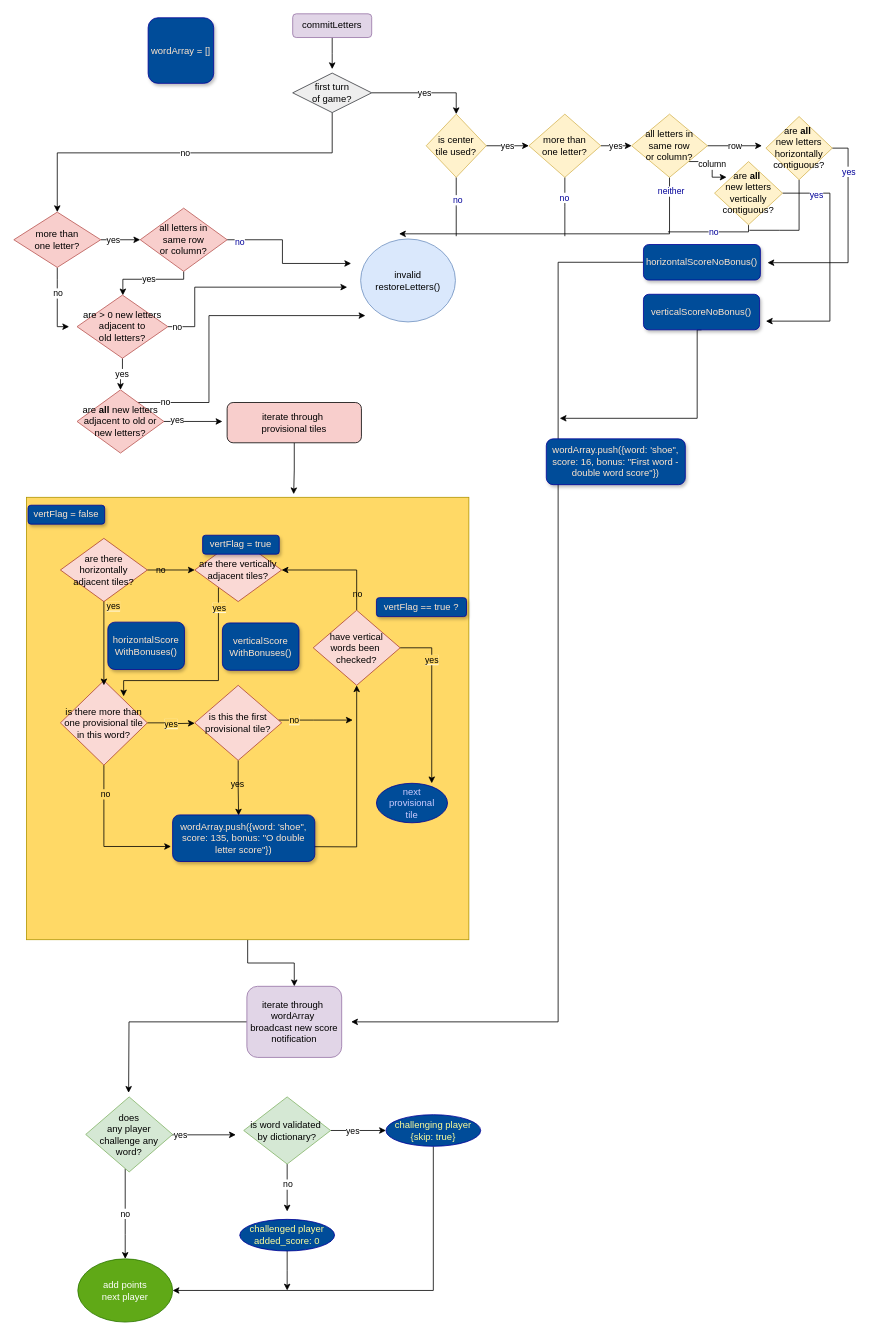
This is scrooble_scoring.drawio from davebenjoya/scrooble, a draw.io file, before an edit. Source tidied: cells renumbered, new cells numbered last; positions are measured from the earlier drawing's top-left corner, leaving out a move shared by most shapes. Both pictures are drawn from the tidied source at 79%, with x=0, y=0 at pixel (13, 13).
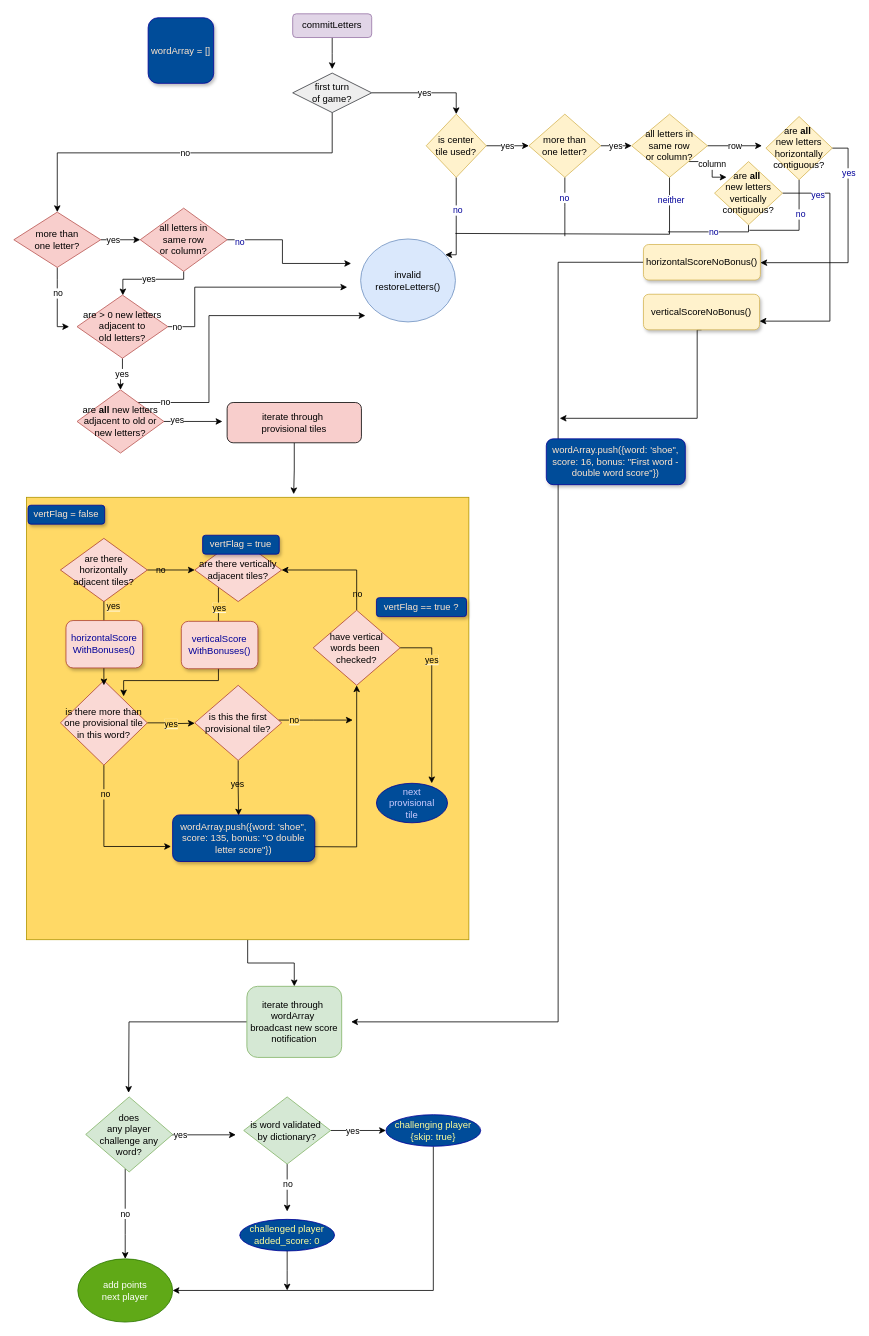
Above is the later version.

The change refers to these unchanged cells:
```xml
<mxCell id="17" value="invalid&lt;br&gt;restoreLetters()" style="ellipse;whiteSpace=wrap;html=1;fillColor=#dae8fc;strokeColor=#6c8ebf;" parent="1" vertex="1">
  <mxGeometry x="439" y="285" width="120" height="105" as="geometry" />
</mxCell>
<mxCell id="24" value="is center &lt;br&gt;tile used?" style="rhombus;whiteSpace=wrap;html=1;fillColor=#fff2cc;strokeColor=#d6b656;" parent="1" vertex="1">
  <mxGeometry x="522" y="127" width="76" height="80" as="geometry" />
</mxCell>
<mxCell id="33" value="all letters in&lt;br&gt;same row&lt;br&gt;or column?" style="rhombus;whiteSpace=wrap;html=1;fillColor=#fff2cc;strokeColor=#d6b656;" parent="1" vertex="1">
  <mxGeometry x="782" y="127" width="96" height="80" as="geometry" />
</mxCell>
<mxCell id="42" value="are&amp;nbsp;&lt;b&gt;all&lt;/b&gt;&amp;nbsp;&lt;br&gt;new letters&lt;br&gt;vertically&lt;br&gt;contiguous?" style="rhombus;whiteSpace=wrap;html=1;fillColor=#fff2cc;strokeColor=#d6b656;" parent="1" vertex="1">
  <mxGeometry x="887" y="187" width="86" height="80" as="geometry" />
</mxCell>
<mxCell id="92" value="are&amp;nbsp;&lt;b&gt;all&lt;/b&gt;&amp;nbsp;&lt;br&gt;new letters&lt;br&gt;horizontally&lt;br&gt;contiguous?" style="rhombus;whiteSpace=wrap;html=1;fillColor=#fff2cc;strokeColor=#d6b656;" parent="1" vertex="1">
  <mxGeometry x="952" y="130" width="84" height="80" as="geometry" />
</mxCell>
```

The edit, as a diff of the source:
```diff
@@
-    <mxCell id="22" style="edgeStyle=orthogonalEdgeStyle;rounded=0;jettySize=auto;html=1;endArrow=none;endFill=0;fillColor=#00FFFF;gradientColor=#9933FF;fontColor=#000099;" parent="1" edge="1" source="24">
+    <mxCell id="22" style="edgeStyle=orthogonalEdgeStyle;rounded=0;jettySize=auto;html=1;endArrow=classic;endFill=1;fillColor=#00FFFF;gradientColor=#9933FF;fontColor=#000099;" parent="1" edge="1" source="24" target="17">
       <mxGeometry relative="1" as="geometry">
-        <mxPoint x="560" y="281.5" as="targetPoint" />
+        <Array as="points">
+          <mxPoint x="560" y="305" />
+        </Array>
       </mxGeometry>
     </mxCell>
@@
-    <mxCell id="31" style="edgeStyle=orthogonalEdgeStyle;rounded=0;jettySize=auto;html=1;endArrow=classic;endFill=1;fillColor=#00FFFF;gradientColor=#9933FF;fontColor=#000099;" parent="1" edge="1" source="33">
+    <mxCell id="31" style="edgeStyle=orthogonalEdgeStyle;rounded=0;jettySize=auto;html=1;endArrow=none;endFill=0;fillColor=#00FFFF;gradientColor=#9933FF;fontColor=#000099;" parent="1" edge="1" source="33">
       <mxGeometry relative="1" as="geometry">
-        <mxPoint x="487.6" y="278.5" as="targetPoint" />
+        <mxPoint x="559" y="278" as="targetPoint" />
         <Array as="points">
           <mxPoint x="830" y="279" />
         </Array>
       </mxGeometry>
     </mxCell>
     <mxCell id="32" value="neither" style="edgeLabel;html=1;align=center;verticalAlign=middle;fontColor=#000099;" parent="31" vertex="1">
-      <mxGeometry x="-0.92" y="1" relative="1" as="geometry" />
+      <mxGeometry x="-0.92" y="1" relative="1" as="geometry">
+        <mxPoint y="14" as="offset" />
+      </mxGeometry>
     </mxCell>
@@
-    <mxCell id="40" style="edgeStyle=orthogonalEdgeStyle;rounded=0;jettySize=auto;html=1;endArrow=classic;endFill=1;fillColor=#00FFFF;gradientColor=#9933FF;fontColor=#000099;" parent="1" edge="1" source="42">
+    <mxCell id="40" style="edgeStyle=orthogonalEdgeStyle;rounded=0;jettySize=auto;html=1;endArrow=classic;endFill=1;fillColor=#00FFFF;gradientColor=#9933FF;fontColor=#000099;" parent="1" edge="1" source="42" target="88">
       <mxGeometry relative="1" as="geometry">
-        <mxPoint x="952" y="389" as="targetPoint" />
         <Array as="points">
           <mxPoint x="1033" y="227" />
           <mxPoint x="1033" y="389" />
         </Array>
       </mxGeometry>
     </mxCell>
@@
-    <mxCell id="46" value="iterate through&amp;nbsp;&lt;br&gt;wordArray&amp;nbsp;&lt;br&gt;broadcast new score notification" style="rounded=1;whiteSpace=wrap;html=1;fillColor=#e1d5e7;strokeColor=#9673a6;" parent="1" vertex="1">
+    <mxCell id="46" value="iterate through&amp;nbsp;&lt;br&gt;wordArray&amp;nbsp;&lt;br&gt;broadcast new score notification" style="rounded=1;whiteSpace=wrap;html=1;fillColor=#d5e8d4;strokeColor=#82b366;" parent="1" vertex="1">
       <mxGeometry x="295" y="1231" width="120" height="90" as="geometry" />
     </mxCell>
@@
-    <mxCell id="86" value="&lt;font color=&quot;#ffe6cc&quot;&gt;horizontalScoreNoBonus()&lt;/font&gt;" style="rounded=1;whiteSpace=wrap;html=1;shadow=1;glass=0;sketch=0;strokeColor=#000099;fillColor=#004C99;" parent="1" vertex="1">
+    <mxCell id="86" value="&lt;font&gt;horizontalScoreNoBonus()&lt;/font&gt;" style="rounded=1;whiteSpace=wrap;html=1;shadow=1;glass=0;sketch=0;strokeColor=#d6b656;fillColor=#fff2cc;" parent="1" vertex="1">
       <mxGeometry x="797" y="292" width="148" height="45" as="geometry" />
     </mxCell>
@@
-    <mxCell id="88" value="&lt;font color=&quot;#ffe6cc&quot;&gt;verticalScoreNoBonus()&lt;/font&gt;" style="rounded=1;whiteSpace=wrap;html=1;shadow=1;glass=0;sketch=0;strokeColor=#000099;fillColor=#004C99;" parent="1" vertex="1">
+    <mxCell id="88" value="&lt;font&gt;verticalScoreNoBonus()&lt;/font&gt;" style="rounded=1;whiteSpace=wrap;html=1;shadow=1;glass=0;sketch=0;strokeColor=#d6b656;fillColor=#fff2cc;" parent="1" vertex="1">
       <mxGeometry x="797" y="355" width="147" height="45" as="geometry" />
     </mxCell>
     <mxCell id="89" style="edgeStyle=orthogonalEdgeStyle;rounded=0;jettySize=auto;html=1;endArrow=none;endFill=0;fillColor=#00FFFF;gradientColor=#9933FF;fontColor=#000099;" parent="1" edge="1" source="92">
       <mxGeometry relative="1" as="geometry">
         <mxPoint x="931" y="274" as="targetPoint" />
         <Array as="points">
           <mxPoint x="994" y="274" />
-          <mxPoint x="969" y="274" />
         </Array>
       </mxGeometry>
     </mxCell>
+    <mxCell id="103" value="no" style="edgeLabel;html=1;align=center;verticalAlign=middle;fontColor=#000099;" parent="89" vertex="1">
+      <mxGeometry x="-0.33" y="1" relative="1" as="geometry" />
+    </mxCell>
-    <mxCell id="90" style="edgeStyle=orthogonalEdgeStyle;rounded=0;jettySize=auto;html=1;endArrow=classic;endFill=1;fillColor=#00FFFF;gradientColor=#9933FF;fontColor=#000099;" parent="1" edge="1" source="92">
+    <mxCell id="90" style="edgeStyle=orthogonalEdgeStyle;rounded=0;jettySize=auto;html=1;endArrow=classic;endFill=1;fillColor=#00FFFF;gradientColor=#9933FF;fontColor=#000099;" parent="1" edge="1" source="92" target="86">
       <mxGeometry relative="1" as="geometry">
-        <mxPoint x="954" y="315" as="targetPoint" />
         <Array as="points">
           <mxPoint x="1056" y="170" />
           <mxPoint x="1056" y="315" />
         </Array>
       </mxGeometry>
     </mxCell>
@@
-    <mxCell id="95" value="&lt;font color=&quot;#ffe6cc&quot;&gt;horizontalScore&lt;br&gt;WithBonuses()&lt;/font&gt;" style="rounded=1;whiteSpace=wrap;html=1;shadow=1;glass=0;sketch=0;strokeColor=#000099;fillColor=#004C99;" parent="1" vertex="1">
-      <mxGeometry x="119" y="770" width="97" height="60" as="geometry" />
+    <mxCell id="95" value="&lt;font&gt;horizontalScore&lt;br&gt;WithBonuses()&lt;/font&gt;" style="rounded=1;whiteSpace=wrap;html=1;shadow=1;glass=0;sketch=0;strokeColor=#ae4132;fillColor=#fad9d5;fontColor=#000099;" parent="1" vertex="1">
+      <mxGeometry x="66" y="768" width="97" height="60" as="geometry" />
     </mxCell>
-    <mxCell id="96" value="&lt;font color=&quot;#ffe6cc&quot;&gt;verticalScore&lt;br&gt;WithBonuses()&lt;/font&gt;" style="rounded=1;whiteSpace=wrap;html=1;shadow=1;glass=0;sketch=0;strokeColor=#000099;fillColor=#004C99;" parent="1" vertex="1">
-      <mxGeometry x="264" y="771" width="97" height="60" as="geometry" />
+    <mxCell id="96" value="&lt;font&gt;verticalScore&lt;br&gt;WithBonuses()&lt;/font&gt;" style="rounded=1;whiteSpace=wrap;html=1;shadow=1;glass=0;sketch=0;strokeColor=#ae4132;fillColor=#fad9d5;fontColor=#000099;" parent="1" vertex="1">
+      <mxGeometry x="212" y="769" width="97" height="60" as="geometry" />
     </mxCell>
```
